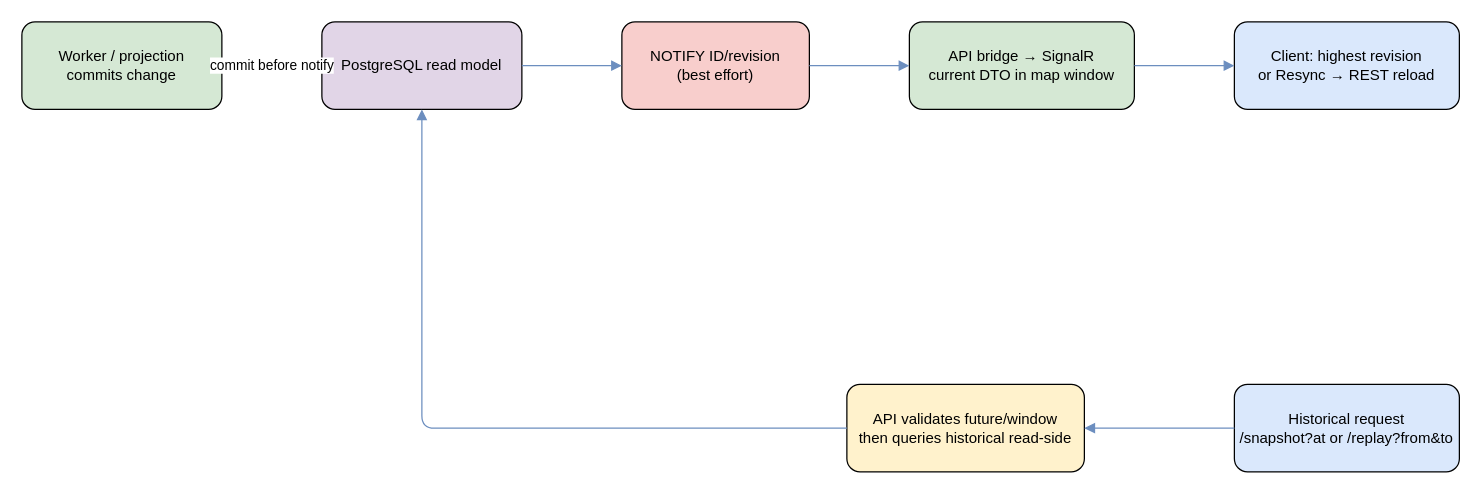
The draw.io diagram docs/diagrams/live-update-history-replay.drawio in sql-monk/Puluj-g, before the edit. Source tidied: cells renumbered, new cells numbered last; positions are measured from the earlier drawing's top-left corner, leaving out a move shared by most shapes. Both pictures are drawn from the tidied source at 125%, with x=0, y=0 at pixel (21, 21).
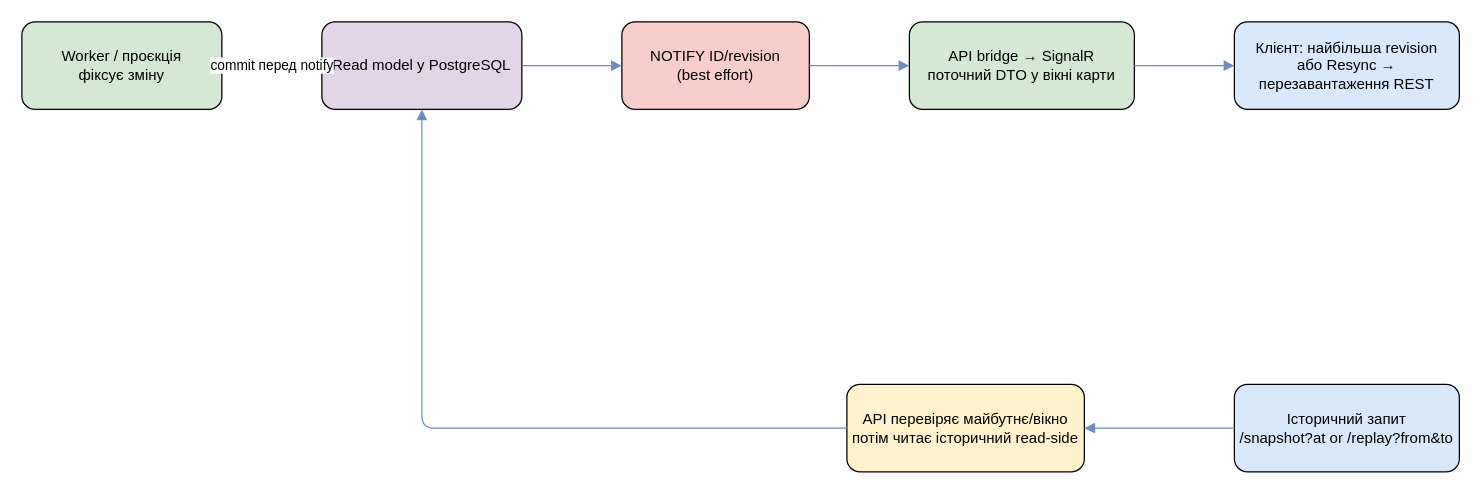
The same page after the edit.

Diff of the diagram source:
```diff
@@
 <mxGraphModel>
   <root>
     <mxCell id="0" />
     <mxCell id="1" parent="0" />
-    <mxCell id="2" value="Worker / projection&#10;commits change" style="rounded=1;whiteSpace=wrap;html=1;fillColor=#d5e8d4;" parent="1" vertex="1">
+    <mxCell id="2" value="Worker / проєкція&#10;фіксує зміну" style="rounded=1;whiteSpace=wrap;html=1;fillColor=#d5e8d4;" parent="1" vertex="1">
       <mxGeometry width="160" height="70" as="geometry" />
     </mxCell>
-    <mxCell id="3" value="PostgreSQL read model" style="rounded=1;whiteSpace=wrap;html=1;fillColor=#e1d5e7;" parent="1" vertex="1">
+    <mxCell id="3" value="Read model у PostgreSQL" style="rounded=1;whiteSpace=wrap;html=1;fillColor=#e1d5e7;" parent="1" vertex="1">
       <mxGeometry x="240" width="160" height="70" as="geometry" />
     </mxCell>
     <mxCell id="4" value="NOTIFY ID/revision&#10;(best effort)" style="rounded=1;whiteSpace=wrap;html=1;fillColor=#f8cecc;" parent="1" vertex="1">
       <mxGeometry x="480" width="150" height="70" as="geometry" />
     </mxCell>
-    <mxCell id="5" value="API bridge → SignalR&#10;current DTO in map window" style="rounded=1;whiteSpace=wrap;html=1;fillColor=#d5e8d4;" parent="1" vertex="1">
+    <mxCell id="5" value="API bridge → SignalR&#10;поточний DTO у вікні карти" style="rounded=1;whiteSpace=wrap;html=1;fillColor=#d5e8d4;" parent="1" vertex="1">
       <mxGeometry x="710" width="180" height="70" as="geometry" />
     </mxCell>
-    <mxCell id="6" value="Client: highest revision&#10;or Resync → REST reload" style="rounded=1;whiteSpace=wrap;html=1;fillColor=#dae8fc;" parent="1" vertex="1">
+    <mxCell id="6" value="Клієнт: найбільша revision&#10;або Resync → перезавантаження REST" style="rounded=1;whiteSpace=wrap;html=1;fillColor=#dae8fc;" parent="1" vertex="1">
       <mxGeometry x="970" width="180" height="70" as="geometry" />
     </mxCell>
-    <mxCell id="7" value="Historical request&#10;/snapshot?at or /replay?from&amp;to" style="rounded=1;whiteSpace=wrap;html=1;fillColor=#dae8fc;" parent="1" vertex="1">
+    <mxCell id="7" value="Історичний запит&#10;/snapshot?at or /replay?from&amp;to" style="rounded=1;whiteSpace=wrap;html=1;fillColor=#dae8fc;" parent="1" vertex="1">
       <mxGeometry x="970" y="290" width="180" height="70" as="geometry" />
     </mxCell>
-    <mxCell id="8" value="API validates future/window&#10;then queries historical read-side" style="rounded=1;whiteSpace=wrap;html=1;fillColor=#fff2cc;" parent="1" vertex="1">
+    <mxCell id="8" value="API перевіряє майбутнє/вікно&#10;потім читає історичний read-side" style="rounded=1;whiteSpace=wrap;html=1;fillColor=#fff2cc;" parent="1" vertex="1">
       <mxGeometry x="660" y="290" width="190" height="70" as="geometry" />
     </mxCell>
-    <mxCell id="9" value="commit before notify" style="edgeStyle=orthogonalEdgeStyle;html=1;endArrow=block;strokeColor=#6c8ebf;" parent="1" edge="1" source="2" target="3">
+    <mxCell id="9" value="commit перед notify" style="edgeStyle=orthogonalEdgeStyle;html=1;endArrow=block;strokeColor=#6c8ebf;" parent="1" edge="1" source="2" target="3">
       <mxGeometry relative="1" as="geometry" />
     </mxCell>
     <mxCell id="10" style="edgeStyle=orthogonalEdgeStyle;html=1;endArrow=block;strokeColor=#6c8ebf;" parent="1" edge="1" source="3" target="4">
       <mxGeometry relative="1" as="geometry" />
     </mxCell>
     <mxCell id="11" style="edgeStyle=orthogonalEdgeStyle;html=1;endArrow=block;strokeColor=#6c8ebf;" parent="1" edge="1" source="4" target="5">
       <mxGeometry relative="1" as="geometry" />
     </mxCell>
     <mxCell id="12" style="edgeStyle=orthogonalEdgeStyle;html=1;endArrow=block;strokeColor=#6c8ebf;" parent="1" edge="1" source="5" target="6">
       <mxGeometry relative="1" as="geometry" />
     </mxCell>
     <mxCell id="13" style="edgeStyle=orthogonalEdgeStyle;html=1;endArrow=block;strokeColor=#6c8ebf;" parent="1" edge="1" source="7" target="8">
       <mxGeometry relative="1" as="geometry" />
     </mxCell>
     <mxCell id="14" style="edgeStyle=orthogonalEdgeStyle;html=1;endArrow=block;strokeColor=#6c8ebf;" parent="1" edge="1" source="8" target="3">
       <mxGeometry relative="1" as="geometry" />
     </mxCell>
   </root>
 </mxGraphModel>
```
